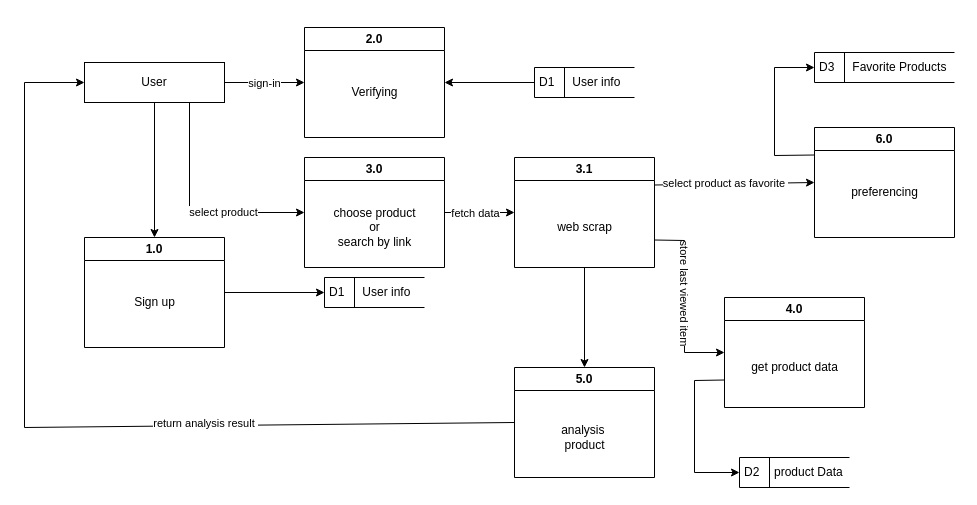
Above: DFD.drawio in amrawni33/grad-UML (draw.io), before the change. Source tidied: cells renumbered, new cells numbered last; positions are measured from the earlier drawing's top-left corner, leaving out a move shared by most shapes. Both pictures are drawn from the tidied source at 100%, with x=0, y=0 at pixel (24, 27).
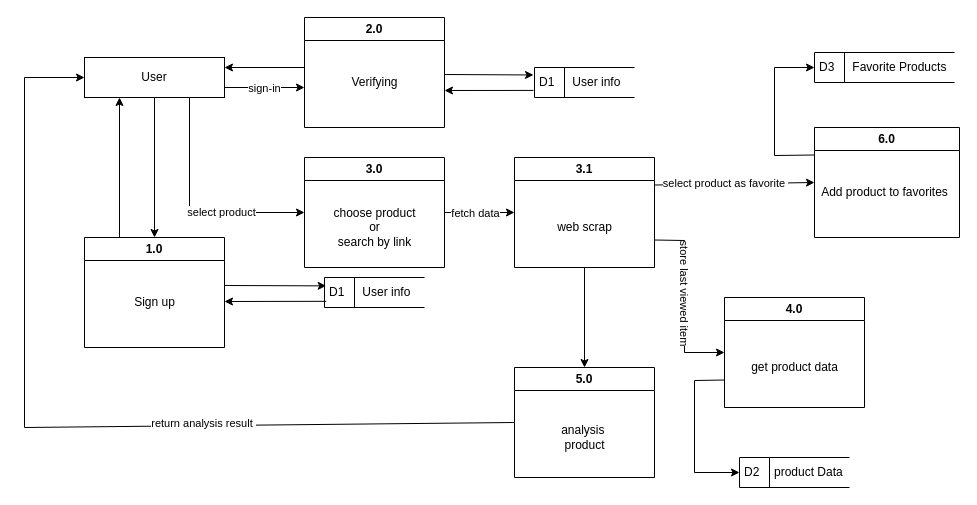
After the change.

Unchanged cells that the change refers to:
```xml
<mxCell id="5" value="D1&lt;span style=&quot;white-space: pre;&quot;&gt;&#9;  User info&lt;/span&gt;" style="html=1;dashed=0;whiteSpace=wrap;shape=mxgraph.dfd.dataStoreID;align=left;spacingLeft=3;points=[[0,0],[0.5,0],[1,0],[0,0.5],[1,0.5],[0,1],[0.5,1],[1,1]];" parent="1" vertex="1">
  <mxGeometry x="510" y="40" width="100" height="30" as="geometry" />
</mxCell>
<mxCell id="6" value="D1&lt;span style=&quot;white-space: pre;&quot;&gt;&#9;  User info&lt;/span&gt;" style="html=1;dashed=0;whiteSpace=wrap;shape=mxgraph.dfd.dataStoreID;align=left;spacingLeft=3;points=[[0,0],[0.5,0],[1,0],[0,0.5],[1,0.5],[0,1],[0.5,1],[1,1]];" parent="1" vertex="1">
  <mxGeometry x="300" y="250" width="100" height="30" as="geometry" />
</mxCell>
<mxCell id="7" value="1.0" style="swimlane;whiteSpace=wrap;html=1;" parent="1" vertex="1">
  <mxGeometry x="60" y="210" width="140" height="110" as="geometry" />
</mxCell>
<mxCell id="22" value="5.0" style="swimlane;whiteSpace=wrap;html=1;startSize=23;" parent="1" vertex="1">
  <mxGeometry x="490" y="340" width="140" height="110" as="geometry" />
</mxCell>
```

Diff of the diagram source:
```diff
@@
     <mxCell id="2" value="2.0" style="swimlane;whiteSpace=wrap;html=1;" parent="1" vertex="1">
-      <mxGeometry x="280" width="140" height="110" as="geometry" />
+      <mxGeometry x="280" y="-10" width="140" height="110" as="geometry" />
     </mxCell>
@@
     <mxCell id="4" value="User" style="rounded=0;whiteSpace=wrap;html=1;" parent="1" vertex="1">
-      <mxGeometry x="60" y="35" width="140" height="40" as="geometry" />
+      <mxGeometry x="60" y="30" width="140" height="40" as="geometry" />
     </mxCell>
@@
-    <mxCell id="9" style="endArrow=classic;html=1;rounded=0;exitX=1;exitY=0.5;exitDx=0;exitDy=0;entryX=0;entryY=0.5;entryDx=0;entryDy=0;" parent="1" edge="1" source="4" target="2">
-      <mxGeometry relative="1" as="geometry" />
+    <mxCell id="9" style="endArrow=classic;html=1;rounded=0;exitX=1;exitY=0.75;exitDx=0;exitDy=0;" parent="1" edge="1" source="4">
+      <mxGeometry relative="1" as="geometry">
+        <mxPoint x="280" y="60" as="targetPoint" />
+      </mxGeometry>
     </mxCell>
@@
-    <mxCell id="11" style="endArrow=classic;html=1;rounded=0;entryX=1;entryY=0.5;entryDx=0;entryDy=0;exitX=0;exitY=0.5;exitDx=0;exitDy=0;" parent="1" edge="1" source="5" target="2">
-      <mxGeometry relative="1" as="geometry" />
+    <mxCell id="11" style="endArrow=classic;html=1;rounded=0;exitX=-0.01;exitY=0.764;exitDx=0;exitDy=0;exitPerimeter=0;" parent="1" edge="1" source="5">
+      <mxGeometry relative="1" as="geometry">
+        <mxPoint x="420" y="63" as="targetPoint" />
+      </mxGeometry>
     </mxCell>
@@
-    <mxCell id="13" style="endArrow=classic;html=1;rounded=0;exitX=1;exitY=0.5;exitDx=0;exitDy=0;entryX=0;entryY=0.5;entryDx=0;entryDy=0;" parent="1" edge="1" source="7" target="6">
-      <mxGeometry relative="1" as="geometry" />
+    <mxCell id="13" style="endArrow=classic;html=1;rounded=0;entryX=0.017;entryY=0.279;entryDx=0;entryDy=0;entryPerimeter=0;" parent="1" edge="1" target="6">
+      <mxGeometry relative="1" as="geometry">
+        <mxPoint x="200" y="258" as="sourcePoint" />
+      </mxGeometry>
     </mxCell>
@@
     <mxCell id="25" style="endArrow=classic;html=1;rounded=0;exitX=0;exitY=0.5;exitDx=0;exitDy=0;entryX=0;entryY=0.5;entryDx=0;entryDy=0;" parent="1" edge="1" source="22" target="4">
       <mxGeometry relative="1" as="geometry">
         <Array as="points">
           <mxPoint y="400" />
-          <mxPoint y="55" />
+          <mxPoint y="50" />
         </Array>
       </mxGeometry>
     </mxCell>
@@
     <mxCell id="33" value="6.0" style="swimlane;whiteSpace=wrap;html=1;" parent="1" vertex="1">
-      <mxGeometry x="790" y="100" width="140" height="110" as="geometry" />
+      <mxGeometry x="790" y="100" width="145" height="110" as="geometry" />
     </mxCell>
-    <mxCell id="34" value="preferencing" style="text;html=1;align=center;verticalAlign=middle;strokeColor=none;fillColor=none;" parent="33" vertex="1">
-      <mxGeometry x="25" y="50" width="90" height="30" as="geometry" />
+    <mxCell id="34" value="Add product to favorites" style="text;html=1;align=center;verticalAlign=middle;strokeColor=none;fillColor=none;" parent="33" vertex="1">
+      <mxGeometry x="-5" y="50" width="150" height="30" as="geometry" />
     </mxCell>
@@
+    <mxCell id="39" style="endArrow=classic;html=1;rounded=0;entryX=-0.01;entryY=0.249;entryDx=0;entryDy=0;entryPerimeter=0;" parent="1" edge="1" target="5">
+      <mxGeometry relative="1" as="geometry">
+        <mxPoint x="420" y="47" as="sourcePoint" />
+      </mxGeometry>
+    </mxCell>
+    <mxCell id="40" style="endArrow=classic;html=1;rounded=0;entryX=1;entryY=0.25;entryDx=0;entryDy=0;" parent="1" edge="1" target="4">
+      <mxGeometry relative="1" as="geometry">
+        <mxPoint x="280" y="40" as="sourcePoint" />
+      </mxGeometry>
+    </mxCell>
+    <mxCell id="41" style="endArrow=classic;html=1;rounded=0;exitX=0.017;exitY=0.794;exitDx=0;exitDy=0;exitPerimeter=0;" parent="1" edge="1" source="6">
+      <mxGeometry relative="1" as="geometry">
+        <mxPoint x="200" y="274" as="targetPoint" />
+      </mxGeometry>
+    </mxCell>
+    <mxCell id="42" style="endArrow=classic;html=1;rounded=0;entryX=0.25;entryY=1;entryDx=0;entryDy=0;exitX=0.25;exitY=0;exitDx=0;exitDy=0;" parent="1" edge="1" source="7" target="4">
+      <mxGeometry relative="1" as="geometry" />
+    </mxCell>
```
